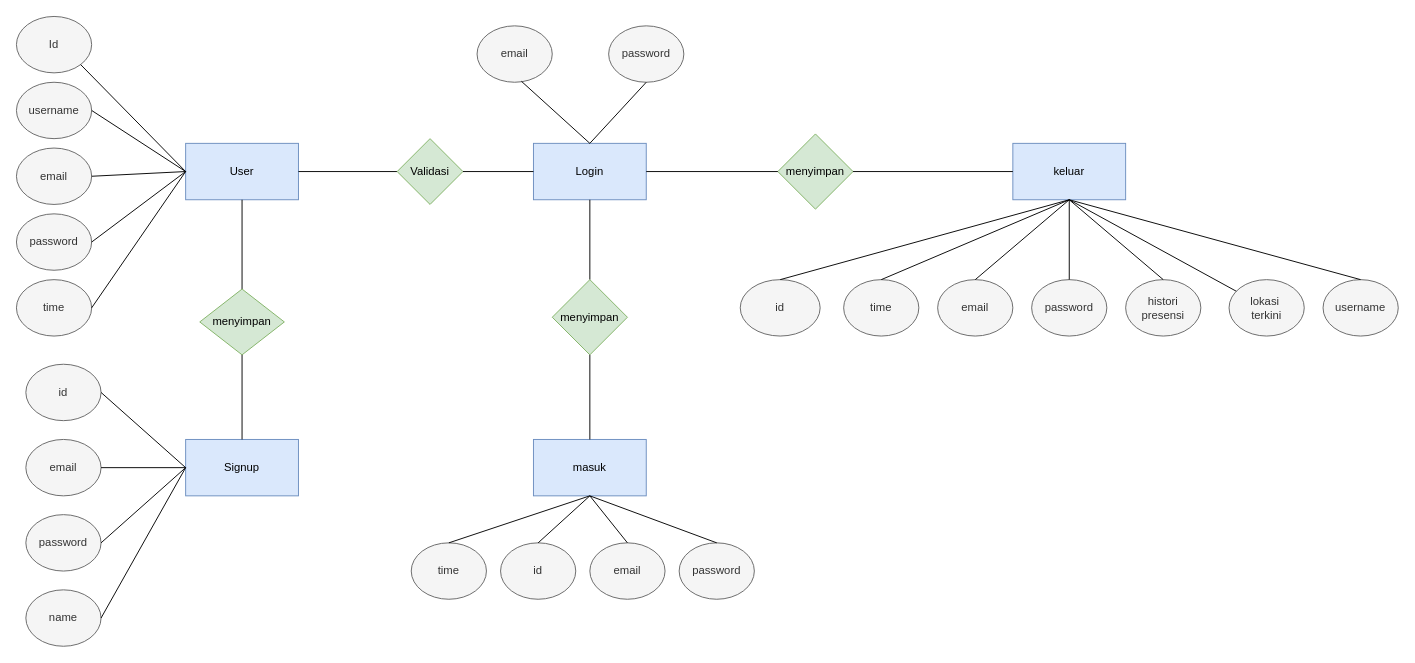
Before: tugas-akhir/img/erd.drawio in gunadermawan/skripsi, a draw.io diagram. Source tidied: cells renumbered, new cells numbered last; positions are measured from the earlier drawing's top-left corner, leaving out a move shared by most shapes. Both pictures are drawn from the tidied source at 94%, with x=0, y=0 at pixel (16, 16).
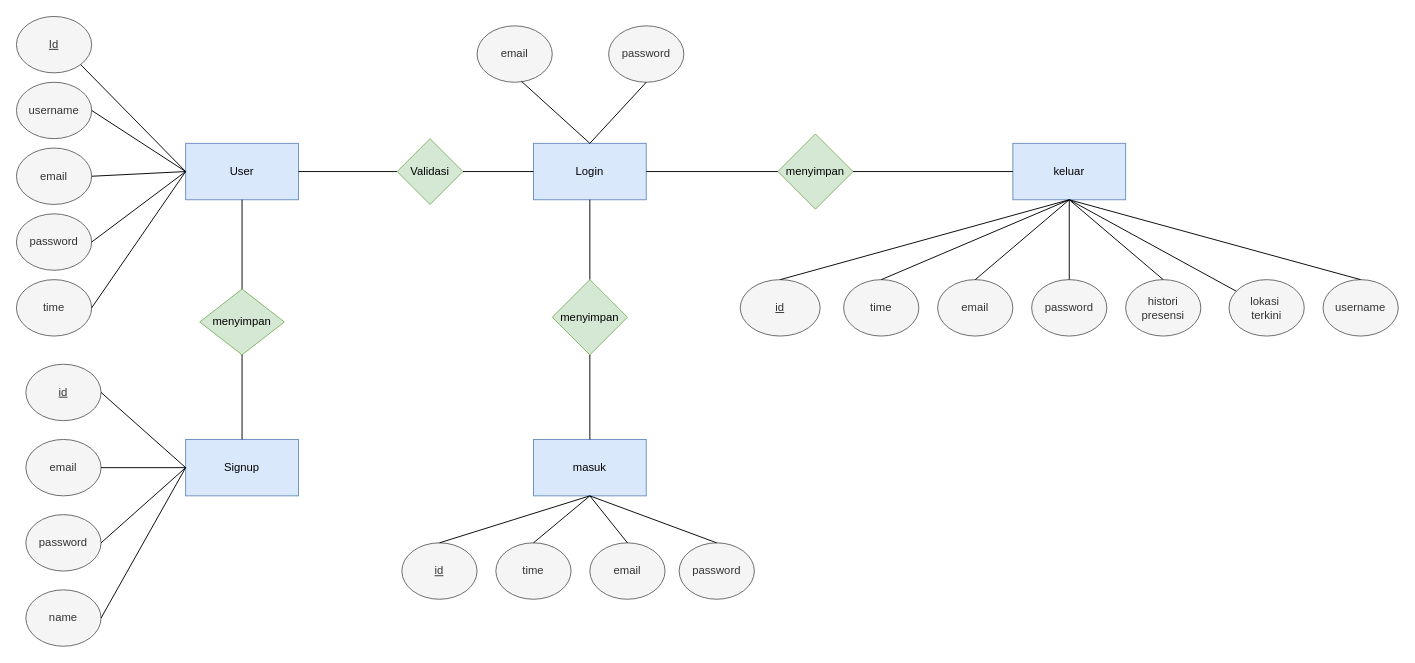
The same diagram, later.

Commit message (it also covers changes not shown here):
update gambar erd

Diff of the diagram source:
```diff
@@
-    <mxCell id="3" value="Id" style="ellipse;whiteSpace=wrap;html=1;fillColor=#f5f5f5;fontColor=#333333;strokeColor=#666666;" parent="1" vertex="1">
+    <mxCell id="3" value="&lt;u&gt;Id&lt;/u&gt;" style="ellipse;whiteSpace=wrap;html=1;fillColor=#f5f5f5;fontColor=#333333;strokeColor=#666666;" parent="1" vertex="1">
       <mxGeometry width="80" height="60" as="geometry" />
     </mxCell>
@@
-    <mxCell id="21" value="id" style="ellipse;whiteSpace=wrap;html=1;fillColor=#f5f5f5;fontColor=#333333;strokeColor=#666666;" parent="1" vertex="1">
+    <mxCell id="21" value="&lt;u&gt;id&lt;/u&gt;" style="ellipse;whiteSpace=wrap;html=1;fillColor=#f5f5f5;fontColor=#333333;strokeColor=#666666;" parent="1" vertex="1">
       <mxGeometry x="10" y="370" width="80" height="60" as="geometry" />
     </mxCell>
@@
-    <mxCell id="37" value="id" style="ellipse;whiteSpace=wrap;html=1;fillColor=#f5f5f5;fontColor=#333333;strokeColor=#666666;" parent="1" vertex="1">
-      <mxGeometry x="515" y="560" width="80" height="60" as="geometry" />
+    <mxCell id="37" value="&lt;u&gt;id&lt;/u&gt;" style="ellipse;whiteSpace=wrap;html=1;fillColor=#f5f5f5;fontColor=#333333;strokeColor=#666666;" parent="1" vertex="1">
+      <mxGeometry x="410" y="560" width="80" height="60" as="geometry" />
     </mxCell>
@@
-    <mxCell id="47" value="id" style="ellipse;whiteSpace=wrap;html=1;rounded=0;fillColor=#f5f5f5;fontColor=#333333;strokeColor=#666666;" parent="1" vertex="1">
+    <mxCell id="47" value="&lt;u&gt;id&lt;/u&gt;" style="ellipse;whiteSpace=wrap;html=1;rounded=0;fillColor=#f5f5f5;fontColor=#333333;strokeColor=#666666;" parent="1" vertex="1">
       <mxGeometry x="770" y="280" width="85" height="60" as="geometry" />
     </mxCell>
@@
     <mxCell id="49" value="time" style="ellipse;whiteSpace=wrap;html=1;fillColor=#f5f5f5;fontColor=#333333;strokeColor=#666666;" parent="1" vertex="1">
-      <mxGeometry x="420" y="560" width="80" height="60" as="geometry" />
+      <mxGeometry x="510" y="560" width="80" height="60" as="geometry" />
     </mxCell>
```
